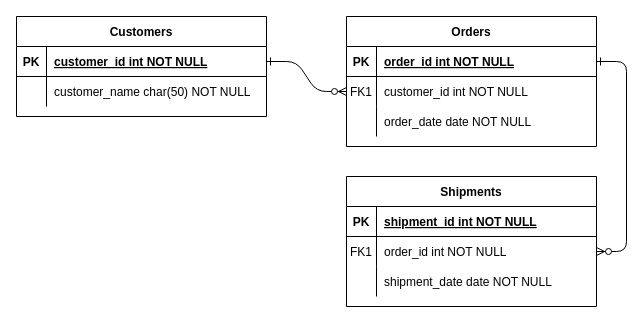
This is LumiereDatabase.drawio from koalaspero/LumiereDBRepo, a draw.io file, before an edit. Source tidied: cells renumbered, new cells numbered last; positions are measured from the earlier drawing's top-left corner, leaving out a move shared by most shapes. Both pictures are drawn from the tidied source at 100%, with x=0, y=0 at pixel (16, 16).
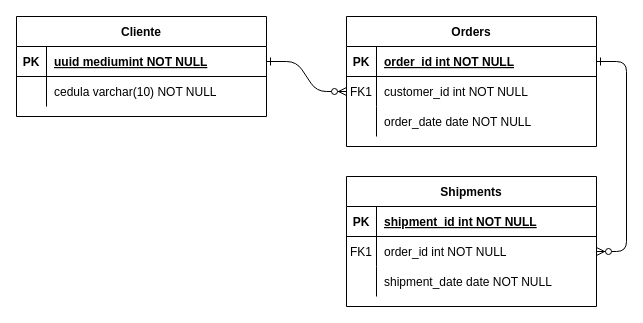
Above is the later version.

The change refers to these unchanged cells:
```xml
<mxCell id="25" style="shape=partialRectangle;fillColor=none;points=[[0,0.5],[1,0.5]];portConstraint=eastwest;top=0;left=0;right=0;bottom=1;" parent="24" vertex="1">
  <mxGeometry y="30" width="250" height="30" as="geometry" />
</mxCell>
<mxCell id="28" style="shape=partialRectangle;fillColor=none;top=0;left=0;right=0;bottom=0;" parent="24" vertex="1">
  <mxGeometry y="60" width="250" height="30" as="geometry" />
</mxCell>
```

Change to the diagram source:
```diff
@@
-    <mxCell id="24" value="Customers" style="shape=table;startSize=30;childLayout=tableLayout;rowLines=0;fontStyle=1;align=center;" parent="1" vertex="1">
+    <mxCell id="24" value="Cliente" style="shape=table;startSize=30;childLayout=tableLayout;rowLines=0;fontStyle=1;align=center;" parent="1" vertex="1">
       <mxGeometry width="250" height="100" as="geometry" />
     </mxCell>
@@
-    <mxCell id="27" value="customer_id int NOT NULL " style="shape=partialRectangle;overflow=hidden;fillColor=none;top=0;left=0;bottom=0;right=0;align=left;spacingLeft=6;fontStyle=5;" parent="25" vertex="1">
+    <mxCell id="27" value="uuid mediumint NOT NULL " style="shape=partialRectangle;overflow=hidden;fillColor=none;top=0;left=0;bottom=0;right=0;align=left;spacingLeft=6;fontStyle=5;" parent="25" vertex="1">
       <mxGeometry x="30" width="220" height="30" as="geometry" />
     </mxCell>
@@
-    <mxCell id="30" value="customer_name char(50) NOT NULL" style="shape=partialRectangle;overflow=hidden;fillColor=none;top=0;left=0;bottom=0;right=0;align=left;spacingLeft=6;" parent="28" vertex="1">
+    <mxCell id="30" value="cedula varchar(10) NOT NULL" style="shape=partialRectangle;overflow=hidden;fillColor=none;top=0;left=0;bottom=0;right=0;align=left;spacingLeft=6;" parent="28" vertex="1">
       <mxGeometry x="30" width="220" height="30" as="geometry" />
     </mxCell>
```
